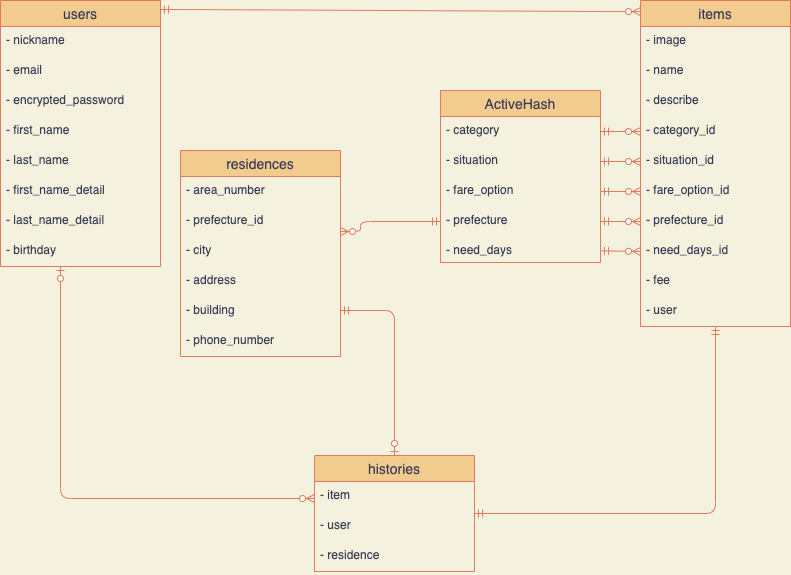
The draw.io diagram database.drawio.png in Suzukiti-1029/furima-34840, before a commit. Source tidied: cells renumbered, new cells last; positions are measured from the earlier drawing's top-left corner, leaving out a move shared by most shapes.
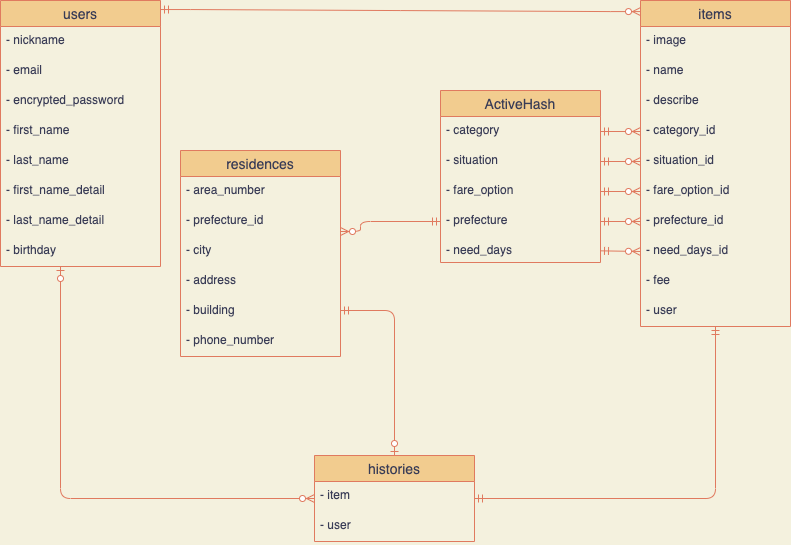
After the change.

Diff of the diagram source:
```diff
@@ -128,7 +128,7 @@
       <mxGeometry relative="1" as="geometry" />
     </mxCell>
     <mxCell id="42" value="histories" style="swimlane;fontStyle=0;horizontal=1;startSize=26;align=center;fontSize=14;fillColor=#F2CC8F;strokeColor=#E07A5F;fontColor=#393C56;" parent="1" vertex="1">
-      <mxGeometry x="314" y="455" width="160" height="116" as="geometry" />
+      <mxGeometry x="314" y="455" width="160" height="86" as="geometry" />
     </mxCell>
     <mxCell id="43" value="- item" style="text;strokeColor=none;fillColor=none;spacingLeft=4;spacingRight=4;overflow=hidden;fontSize=12;fontColor=#393C56;" parent="42" vertex="1">
       <mxGeometry y="26" width="160" height="30" as="geometry" />
@@ -136,9 +136,6 @@
     <mxCell id="44" value="- user" style="text;strokeColor=none;fillColor=none;spacingLeft=4;spacingRight=4;overflow=hidden;fontSize=12;fontColor=#393C56;" parent="42" vertex="1">
       <mxGeometry y="56" width="160" height="30" as="geometry" />
     </mxCell>
-    <mxCell id="45" value="- residence" style="text;strokeColor=none;fillColor=none;spacingLeft=4;spacingRight=4;overflow=hidden;fontSize=12;fontColor=#393C56;" parent="42" vertex="1">
-      <mxGeometry y="86" width="160" height="30" as="geometry" />
-    </mxCell>
     <mxCell id="46" style="edgeStyle=orthogonalEdgeStyle;fontSize=12;html=1;endArrow=ERzeroToMany;startArrow=ERzeroToOne;strokeColor=#E07A5F;fillColor=#F2CC8F;labelBackgroundColor=#F4F1DE;fontColor=#393C56;" parent="1" edge="1" source="2" target="42">
       <mxGeometry relative="1" as="geometry">
         <Array as="points">
```
